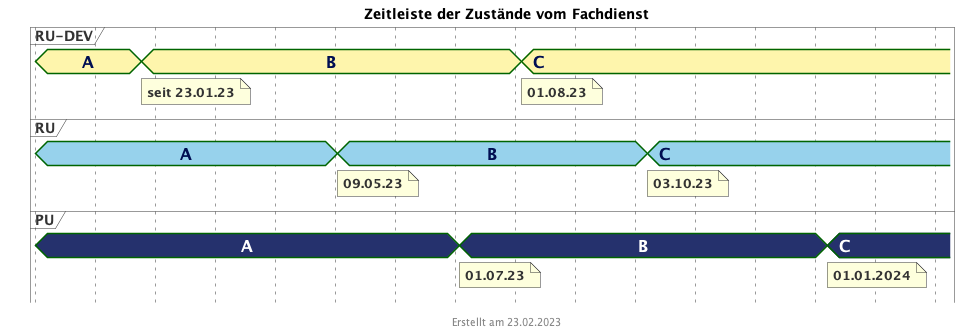
gematik/api-erp keeps this PlantUML diagram as images/puml_fd_zustaende_timeline.png. Above is the earlier version. Source of this version:
```plantuml
@startuml fhir_version_timeline
<style>
root {
    Margin 0 0 0 30
}

timingDiagram {
  .rudevcolor {
    FontColor #000e52
    Fontsize 16
    FontStyle bold
    Backgroundcolor #FEF5AC
  }
  .rucolor {
    FontColor #000e52
    Fontsize 16
    FontStyle bold
    Backgroundcolor #97D2EC
  }
  .pucolor {
    FontColor #ffffff
    Fontsize 16
    FontStyle bold
    BackgroundColor #25316D
  }
}
</style>
title Zeitleiste der Zustände vom Fachdienst
footer Erstellt am 23.02.2023

concise "RU-DEV" as RUDEV <<rudevcolor>>
concise "RU" as RU <<rucolor>>
concise "PU" as PU <<pucolor>>


scale 2592000 as 60 pixels
hide time-axis

@2022/12/01
RUDEV is "A"
RU is "A"
PU is "A"

@2023/01/23
RUDEV is "B"
note bottom of RUDEV : seit 23.01.23

@2023/05/01
RU is "B"
note bottom of RU : 09.05.23

@2023/07/01
PU is "B"
note bottom of PU : 01.07.23

@2023/08/01
RUDEV is "C"
note bottom of RUDEV : 01.08.23

@2023/10/03
RU is "C"
note bottom of RU : 03.10.23


@2024/01/01
PU is "C"
note bottom of PU : 01.01.2024

@2024/02/01
@enduml
```
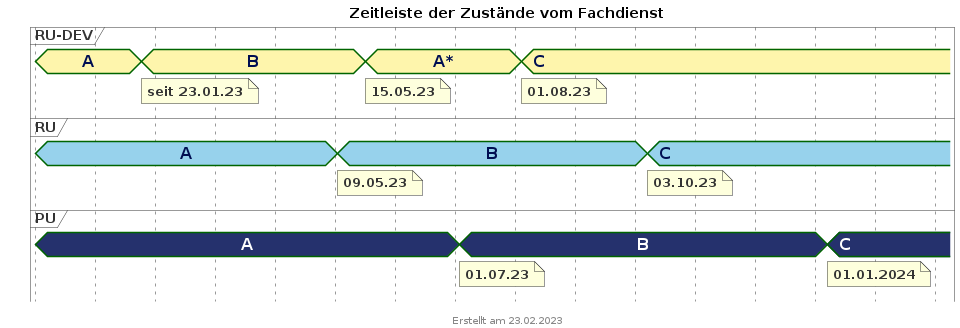
Above is the later version.

What changed in the source:
```diff
@@ -49,6 +49,10 @@
 RU is "B"
 note bottom of RU : 09.05.23
 
+@2023/05/15
+RUDEV is "A*"
+note bottom of RUDEV : 15.05.23
+
 @2023/07/01
 PU is "B"
 note bottom of PU : 01.07.23
```
